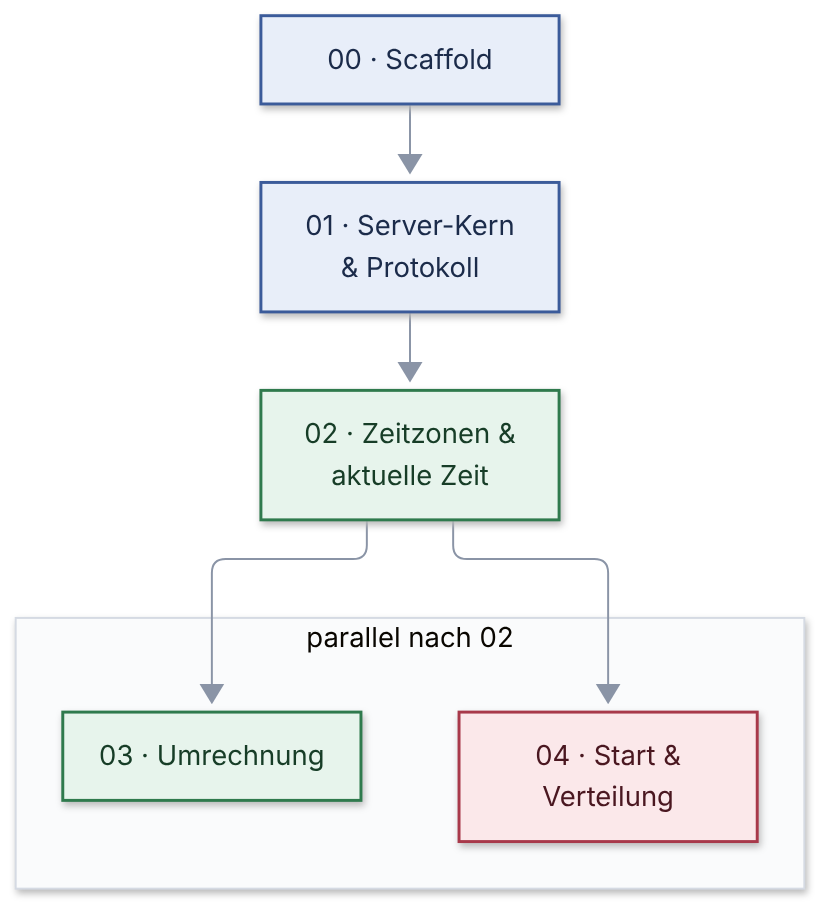
This is rebuild/slice-graph.png from vompa/mcp-time-net, a Mermaid export, as it was before one commit. Its source is kept beside it as rebuild/slice-graph.mmd.
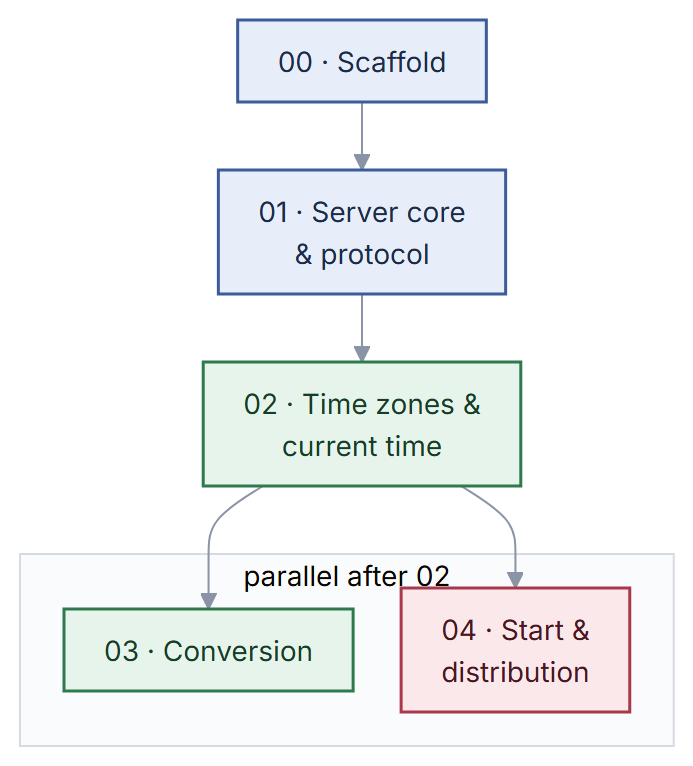
Above is the later version.

Diff of the diagram source:
```diff
@@ -5,11 +5,11 @@
   classDef proc fill:#FCEFE3,stroke:#B4651E,color:#4F2B0B,stroke-width:1.5px
   classDef finish fill:#FBE8EA,stroke:#A8394A,color:#4A1720,stroke-width:1.5px
 
-  S00["00 · Scaffold"]:::base --> S01["01 · Server-Kern<br/>& Protokoll"]:::base --> S02["02 · Zeitzonen &<br/>aktuelle Zeit"]:::files
-  subgraph Q["parallel nach 02"]
+  S00["00 · Scaffold"]:::base --> S01["01 · Server core<br/>& protocol"]:::base --> S02["02 · Time zones &<br/>current time"]:::files
+  subgraph Q["parallel after 02"]
     direction LR
-    S03["03 · Umrechnung"]:::files
-    S04["04 · Start &<br/>Verteilung"]:::finish
+    S03["03 · Conversion"]:::files
+    S04["04 · Start &<br/>distribution"]:::finish
   end
   S02 --> S03
   S02 --> S04
```
